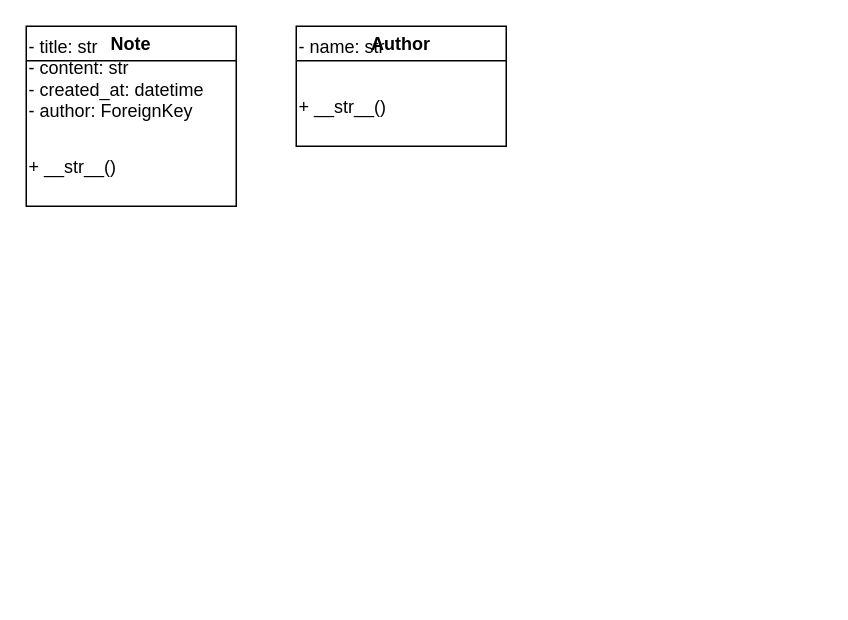
This is class Diagram.drawio from ouditt/stickynotes, a draw.io file, before an edit. Source tidied: cells renumbered, new cells numbered last; positions are measured from the earlier drawing's top-left corner, leaving out a move shared by most shapes. Both pictures are drawn from the tidied source at 150%, with x=0, y=0 at pixel (26, 26).
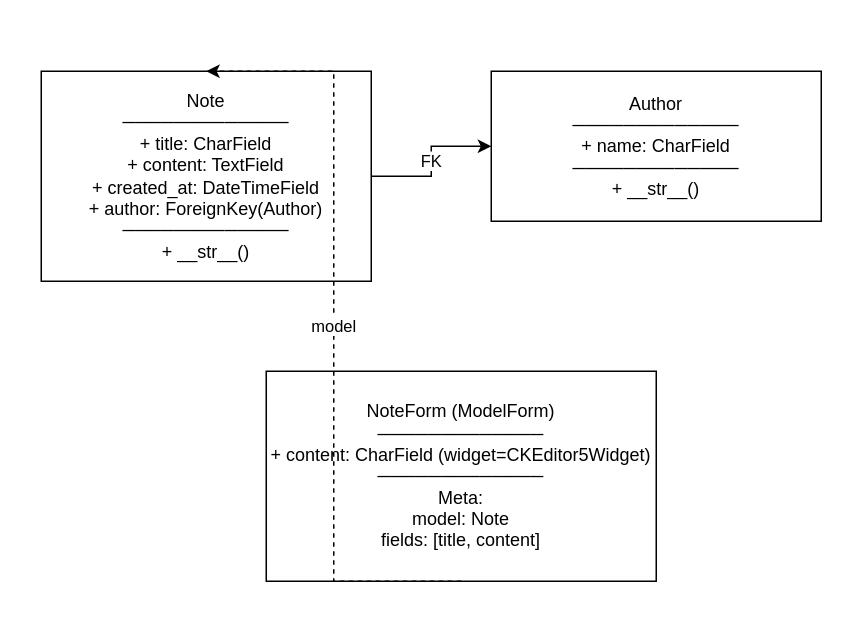
After the change.

What changed in the source:
```diff
@@
 <mxGraphModel>
   <root>
     <mxCell id="0" />
     <mxCell id="1" parent="0" />
-    <mxCell id="2" value="Note" style="swimlane;whiteSpace=wrap;html=1;" parent="1" vertex="1">
-      <mxGeometry width="140" height="120" as="geometry" />
+    <mxCell id="2" value="Note&#10;─────────────&#10;+ title: CharField&#10;+ content: TextField&#10;+ created_at: DateTimeField&#10;+ author: ForeignKey(Author)&#10;─────────────&#10;+ __str__()" style="shape=rectangle;whiteSpace=wrap;html=1;fontSize=12;" parent="1" vertex="1">
+      <mxGeometry x="10" y="30" width="220" height="140" as="geometry" />
     </mxCell>
-    <mxCell id="3" value="- title: str&#10;- content: str&#10;- created_at: datetime&#10;- author: ForeignKey" style="text;html=1;whiteSpace=wrap;" parent="2" vertex="1">
-      <mxGeometry width="140" height="80" as="geometry" />
+    <mxCell id="3" value="Author&#10;─────────────&#10;+ name: CharField&#10;─────────────&#10;+ __str__()" style="shape=rectangle;whiteSpace=wrap;html=1;fontSize=12;" parent="1" vertex="1">
+      <mxGeometry x="310" y="30" width="220" height="100" as="geometry" />
     </mxCell>
+    <mxCell id="5" value="NoteForm (ModelForm)&#10;─────────────&#10;+ content: CharField (widget=CKEditor5Widget)&#10;─────────────&#10;Meta:&#10;  model: Note&#10;  fields: [title, content]" style="shape=rectangle;whiteSpace=wrap;html=1;fontSize=12;fontStyle=italic;" parent="1" vertex="1">
+      <mxGeometry x="160" y="230" width="260" height="140" as="geometry" />
+    </mxCell>
-    <mxCell id="4" value="+ __str__()" style="text;html=1;whiteSpace=wrap;" parent="2" vertex="1">
-      <mxGeometry y="80" width="140" height="40" as="geometry" />
+    <mxCell id="4" value="FK" style="edgeStyle=orthogonalEdgeStyle;dashed=0;rounded=0;html=1;exitX=1;exitY=0.5;exitPerimeter=1;entryX=0;entryY=0.5;entryPerimeter=1;" parent="1" edge="1" source="2" target="3">
+      <mxGeometry relative="1" as="geometry" />
     </mxCell>
-    <mxCell id="5" value="Author" style="swimlane;whiteSpace=wrap;html=1;" parent="1" vertex="1">
-      <mxGeometry x="180" width="140" height="80" as="geometry" />
-    </mxCell>
-    <mxCell id="6" value="- name: str" style="text;html=1;whiteSpace=wrap;" parent="5" vertex="1">
-      <mxGeometry width="140" height="40" as="geometry" />
+    <mxCell id="6" value="model" style="edgeStyle=elbowEdgeStyle;dashed=1;rounded=0;html=1;exitX=0.5;exitY=1;exitPerimeter=1;entryX=0.5;entryY=0;entryPerimeter=1;" parent="1" edge="1" source="5" target="2">
+      <mxGeometry relative="1" as="geometry" />
     </mxCell>
-    <mxCell id="7" value="+ __str__()" style="text;html=1;whiteSpace=wrap;" parent="5" vertex="1">
-      <mxGeometry y="40" width="140" height="40" as="geometry" />
-    </mxCell>
   </root>
 </mxGraphModel>
```
